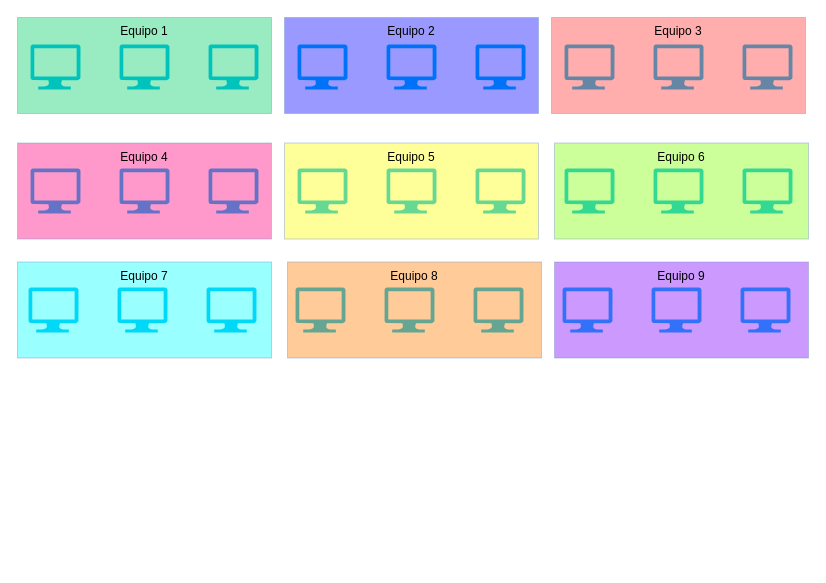
This is Assets/Diagramas.drawio from SegmentationFaultUtadeo/PropuestaMaratonUtadeo, a draw.io file, before an edit. Source tidied: cells renumbered, new cells numbered last; positions are measured from the earlier drawing's top-left corner, leaving out a move shared by most shapes. Both pictures are drawn from the tidied source at 100%, with x=0, y=0 at pixel (17, 17).
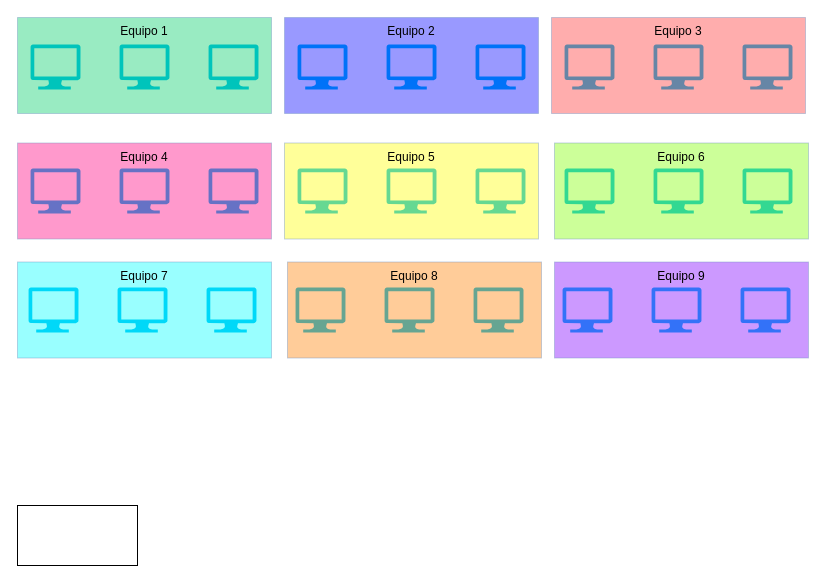
The same diagram, later.

Change to the diagram source:
```diff
@@
+    <mxCell id="38" style="rounded=0;whiteSpace=wrap;html=1;" parent="1" vertex="1">
+      <mxGeometry y="488" width="120" height="60" as="geometry" />
+    </mxCell>
```
